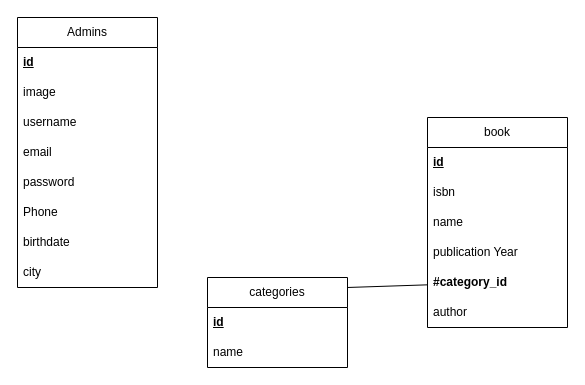
Earlier version of the draw.io diagram assets/designs/merise/mld.drawio (Ayope/gestion-de-bibliotheque). Source tidied: cells renumbered, new cells numbered last; positions are measured from the earlier drawing's top-left corner, leaving out a move shared by most shapes. Both pictures are drawn from the tidied source at 100%, with x=0, y=0 at pixel (17, 17).
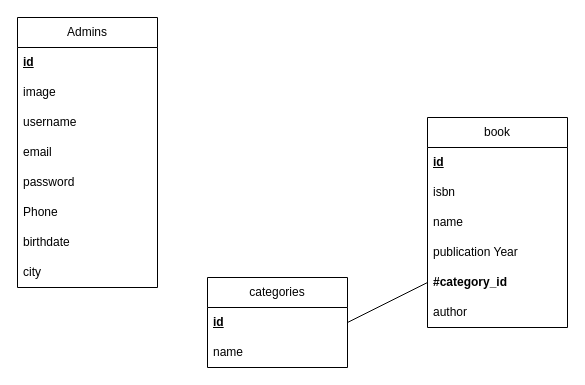
The same page after the edit.

The change refers to these unchanged cells:
```xml
<mxCell id="2" value="categories" style="swimlane;fontStyle=0;horizontal=1;startSize=30;whiteSpace=wrap;html=1;" parent="1" vertex="1">
  <mxGeometry x="190" y="260" width="140" height="90" as="geometry" />
</mxCell>
<mxCell id="3" value="&lt;b&gt;&lt;u&gt;id&lt;/u&gt;&lt;/b&gt;" style="text;strokeColor=none;fillColor=none;align=left;verticalAlign=middle;spacingLeft=4;spacingRight=4;overflow=hidden;points=[[0,0.5],[1,0.5]];portConstraint=eastwest;whiteSpace=wrap;html=1;" parent="2" vertex="1">
  <mxGeometry y="30" width="140" height="30" as="geometry" />
</mxCell>
<mxCell id="11" value="&lt;b&gt;#category_id&lt;br&gt;&lt;/b&gt;" style="text;strokeColor=none;fillColor=none;align=left;verticalAlign=middle;spacingLeft=4;spacingRight=4;overflow=hidden;points=[[0,0.5],[1,0.5]];portConstraint=eastwest;whiteSpace=wrap;html=1;" parent="6" vertex="1">
  <mxGeometry y="150" width="140" height="30" as="geometry" />
</mxCell>
```

Diff of the diagram source:
```diff
@@
-    <mxCell id="5" style="rounded=0;jettySize=auto;html=1;exitX=1;exitY=0.111;exitDx=0;exitDy=0;exitPerimeter=0;endArrow=none;endFill=0;" parent="1" edge="1" source="2" target="11">
+    <mxCell id="5" style="rounded=0;jettySize=auto;html=1;exitX=1;exitY=0.5;exitDx=0;exitDy=0;endArrow=none;endFill=0;entryX=0;entryY=0.5;entryDx=0;entryDy=0;" parent="1" edge="1" source="3" target="11">
       <mxGeometry relative="1" as="geometry" />
     </mxCell>
```
